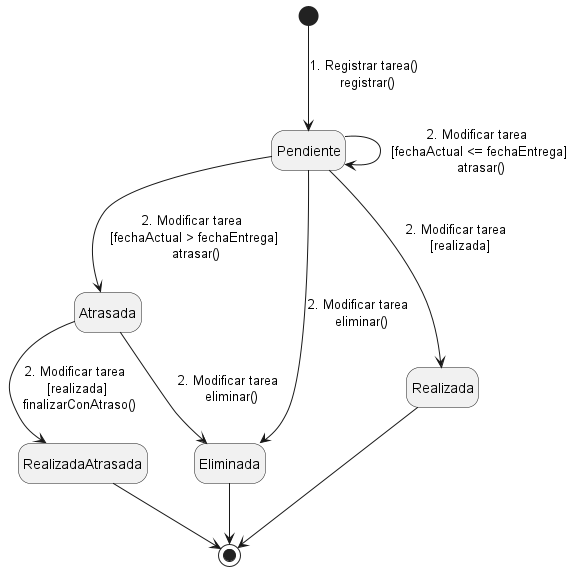
Before: Modelado/DiagramasME/MáquinaDeEstadosTarea.png, a diagram exported from PlantUML (ciggyx/Task_Flow). The source it was exported from:
```plantuml
@startuml MáquinaDeEstadosTarea
hide empty description
[*] --> Pendiente : 1. Registrar tarea() \n registrar()
Pendiente --> Pendiente : 2. Modificar tarea \n [fechaActual <= fechaEntrega] \n atrasar()
Pendiente --> Atrasada : 2. Modificar tarea \n [fechaActual > fechaEntrega] \n atrasar()
Pendiente --> Realizada : 2. Modificar tarea \n [realizada]
Pendiente --> Eliminada : 2. Modificar tarea \n eliminar()
Atrasada --> Eliminada : 2. Modificar tarea \n eliminar()
Atrasada --> RealizadaAtrasada : 2. Modificar tarea \n [realizada] \n finalizarConAtraso()
Eliminada --> [*]
Realizada --> [*]
RealizadaAtrasada --> [*]
@enduml
```
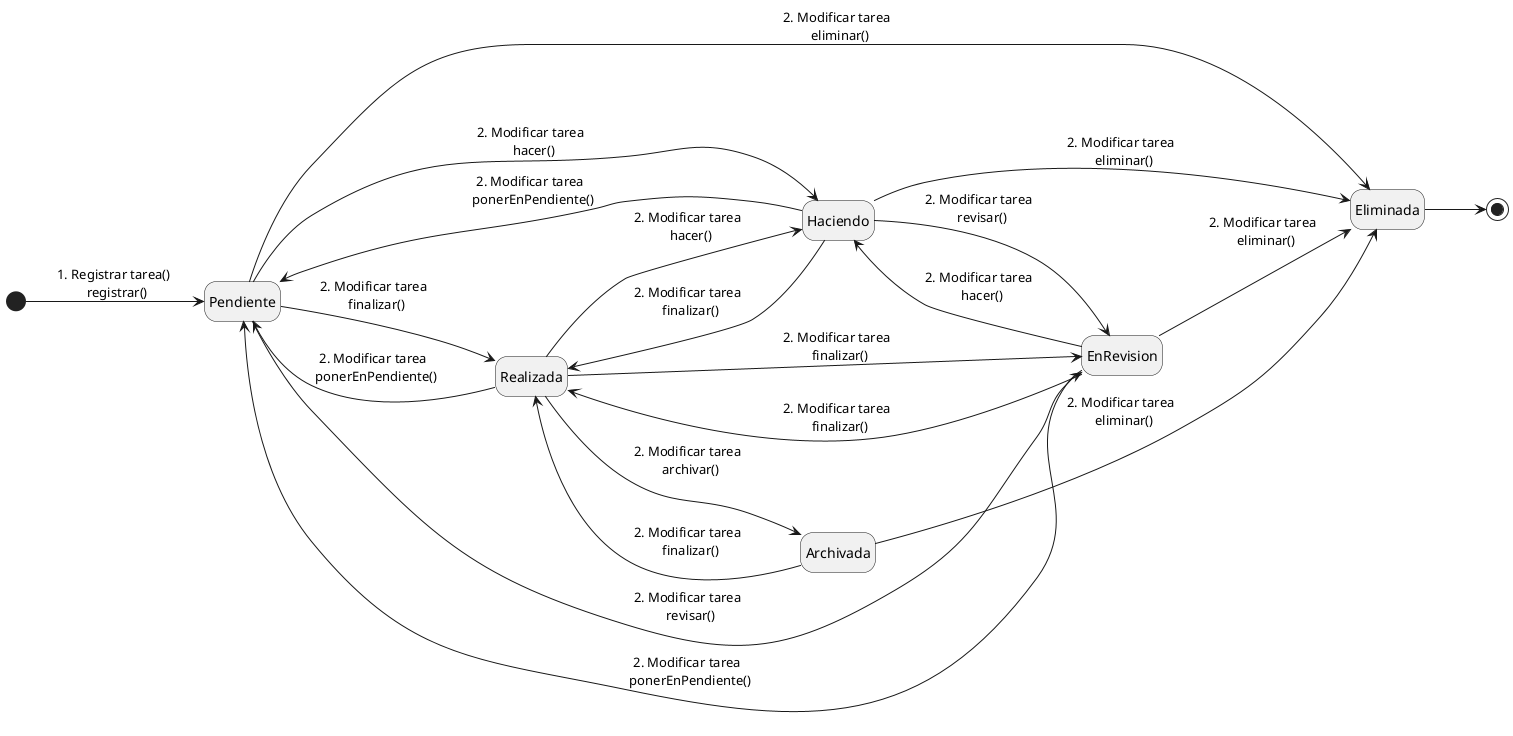
Above is the later version.

Diff of the diagram source:
```diff
@@ -1,13 +1,29 @@
 @startuml MáquinaDeEstadosTarea
+left to right direction
 hide empty description
 [*] --> Pendiente : 1. Registrar tarea() \n registrar()
-Pendiente --> Pendiente : 2. Modificar tarea \n [fechaActual <= fechaEntrega] \n atrasar()
-Pendiente --> Atrasada : 2. Modificar tarea \n [fechaActual > fechaEntrega] \n atrasar()
-Pendiente --> Realizada : 2. Modificar tarea \n [realizada]
-Pendiente --> Eliminada : 2. Modificar tarea \n eliminar()
-Atrasada --> Eliminada : 2. Modificar tarea \n eliminar()
-Atrasada --> RealizadaAtrasada : 2. Modificar tarea \n [realizada] \n finalizarConAtraso()
+Pendiente --> Realizada : 2. Modificar tarea \n finalizar()
+Pendiente --> Haciendo: 2. Modificar tarea \n hacer()
+Pendiente --> EnRevision: 2. Modificar tarea \n revisar()
+Pendiente --> Eliminada: 2. Modificar tarea \n eliminar()
+
+Haciendo --> Realizada: 2. Modificar tarea \n finalizar()
+Haciendo --> EnRevision: 2. Modificar tarea \n revisar()
+Haciendo --> Pendiente: 2. Modificar tarea \n ponerEnPendiente()
+Haciendo --> Eliminada: 2. Modificar tarea \n eliminar()
+
+EnRevision --> Realizada: 2. Modificar tarea \n finalizar()
+EnRevision --> Pendiente: 2. Modificar tarea \n ponerEnPendiente()
+EnRevision --> Haciendo: 2. Modificar tarea \n hacer()
+EnRevision --> Eliminada: 2. Modificar tarea \n eliminar()
+
+Realizada --> EnRevision: 2. Modificar tarea \n finalizar()
+Realizada --> Haciendo: 2. Modificar tarea \n hacer()
+Realizada --> Pendiente : 2. Modificar tarea \n ponerEnPendiente()
+Realizada --> Archivada: 2. Modificar tarea \n archivar()
+
+Archivada --> Eliminada: 2. Modificar tarea \n eliminar()
+Archivada --> Realizada: 2. Modificar tarea \n finalizar()
+
 Eliminada --> [*]
-Realizada --> [*]
-RealizadaAtrasada --> [*]
 @enduml
```
